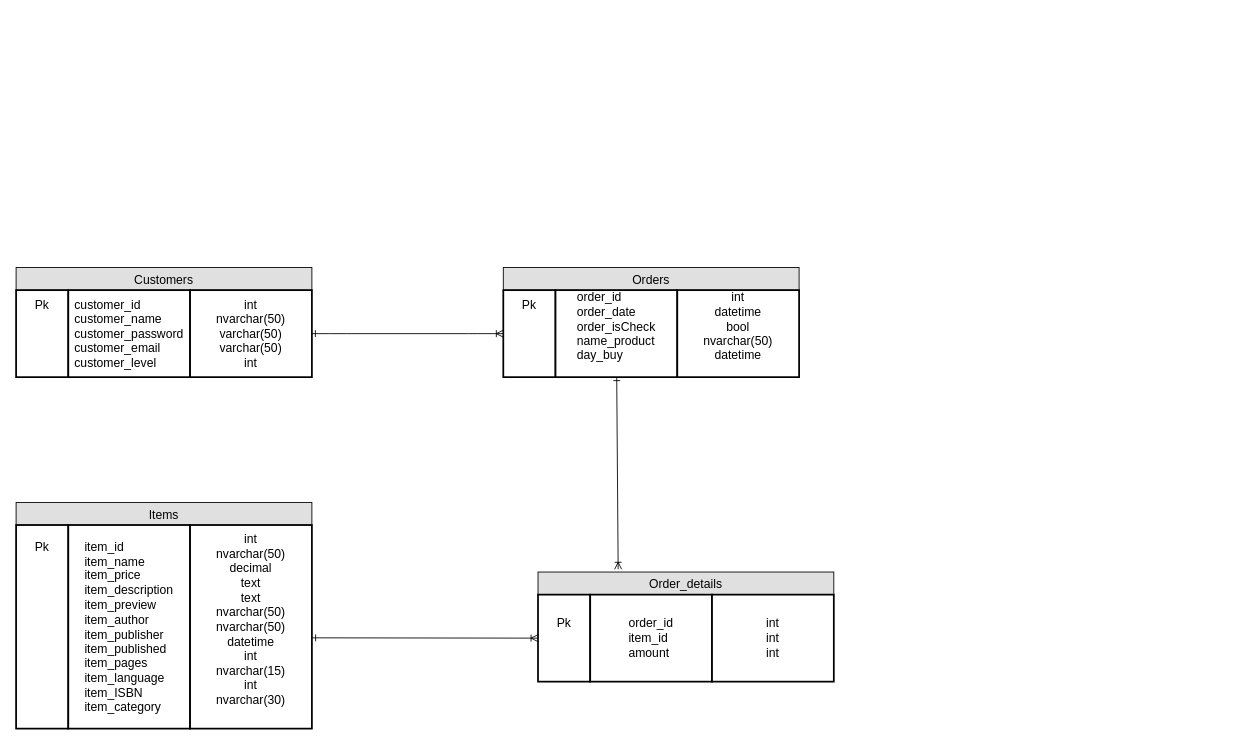
Above: Documents/table.drawio in tung120320/E-Book-Order-G02 (draw.io), before the change. Source tidied: cells renumbered, new cells numbered last; positions are measured from the earlier drawing's top-left corner, leaving out a move shared by most shapes. Both pictures are drawn from the tidied source at 87%, with x=0, y=0 at pixel (16, 267).
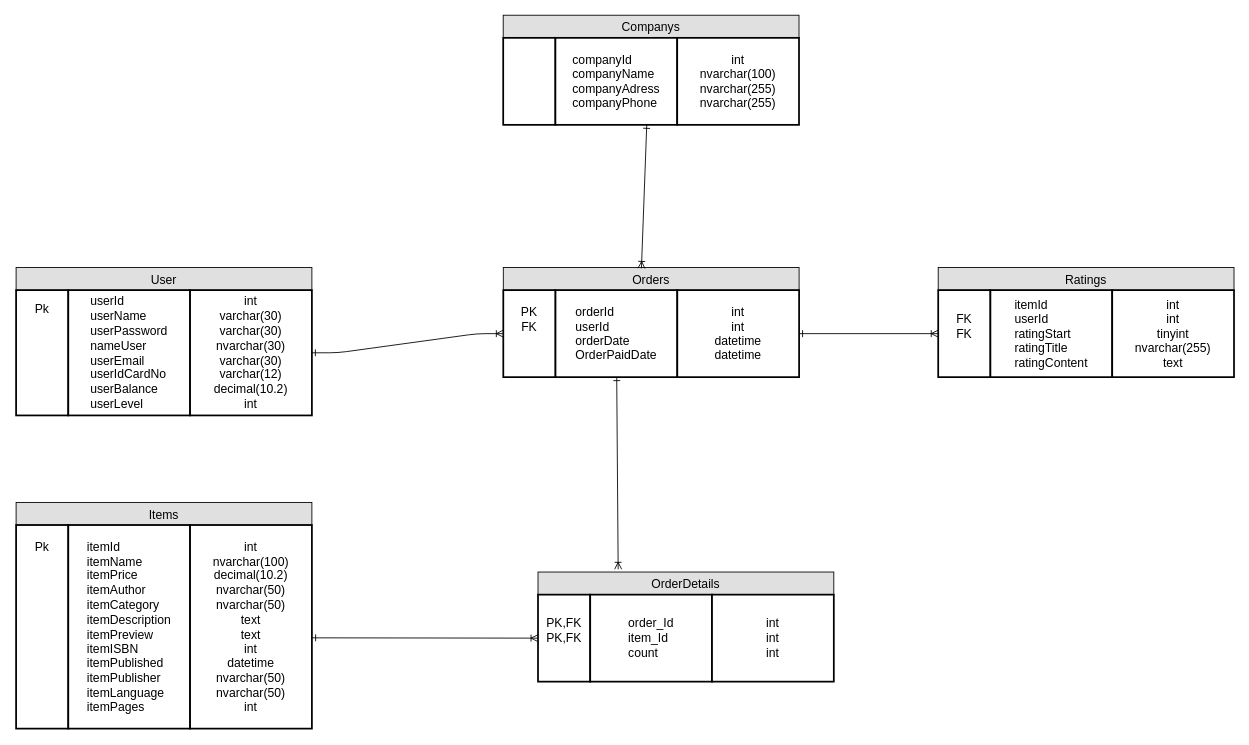
After the change.

Commit message (it also covers changes not shown here):
add table mysql

The change refers to these unchanged cells:
```xml
<mxCell id="6" value="Orders" style="text;align=center;verticalAlign=middle;spacingLeft=4;spacingRight=4;strokeColor=#000000;fillColor=#e0e0e0;points=[[0,0.5],[1,0.5]];portConstraint=eastwest;fontSize=14;" parent="1" vertex="1">
  <mxGeometry x="560" width="340" height="26" as="geometry" />
</mxCell>
```

Change to the diagram source:
```diff
@@
-    <mxCell id="2" value="Customers" style="text;align=center;verticalAlign=middle;spacingLeft=4;spacingRight=4;strokeColor=#000000;fillColor=#e0e0e0;fontSize=14;" parent="1" vertex="1">
+    <mxCell id="2" value="User" style="text;align=center;verticalAlign=middle;spacingLeft=4;spacingRight=4;strokeColor=#000000;fillColor=#e0e0e0;fontSize=14;" parent="1" vertex="1">
       <mxGeometry width="340" height="26" as="geometry" />
     </mxCell>
-    <mxCell id="3" value="Pk&lt;br&gt;&lt;br&gt;&lt;br&gt;&lt;br&gt;&lt;br&gt;" style="strokeWidth=2;whiteSpace=wrap;html=1;align=center;fontSize=14;" parent="1" vertex="1">
-      <mxGeometry y="26" width="60" height="100" as="geometry" />
+    <mxCell id="3" value="Pk&lt;br&gt;&lt;br&gt;&lt;br&gt;&lt;br&gt;&lt;br&gt;&lt;br&gt;&lt;br&gt;" style="strokeWidth=2;whiteSpace=wrap;html=1;align=center;fontSize=14;" parent="1" vertex="1">
+      <mxGeometry y="26" width="60" height="144" as="geometry" />
     </mxCell>
-    <mxCell id="4" value="&lt;div style=&quot;text-align: left&quot;&gt;&lt;span&gt;customer_id&lt;/span&gt;&lt;/div&gt;&lt;div style=&quot;text-align: left&quot;&gt;&lt;span&gt;customer_name&lt;/span&gt;&lt;/div&gt;&lt;div style=&quot;text-align: left&quot;&gt;&lt;span&gt;customer_password&lt;/span&gt;&lt;/div&gt;&lt;div style=&quot;text-align: left&quot;&gt;&lt;span&gt;customer_email&lt;/span&gt;&lt;/div&gt;&lt;div style=&quot;text-align: left&quot;&gt;&lt;span&gt;customer_level&lt;/span&gt;&lt;/div&gt;" style="strokeWidth=2;whiteSpace=wrap;html=1;align=center;fontSize=14;" parent="1" vertex="1">
-      <mxGeometry x="60" y="26" width="140" height="100" as="geometry" />
+    <mxCell id="4" value="&lt;div style=&quot;text-align: left&quot;&gt;&lt;span&gt;userId&lt;/span&gt;&lt;br&gt;&lt;/div&gt;&lt;div style=&quot;text-align: left&quot;&gt;&lt;span&gt;userName&lt;/span&gt;&lt;span&gt;&lt;br&gt;&lt;/span&gt;&lt;/div&gt;&lt;div style=&quot;text-align: left&quot;&gt;&lt;span&gt;userPassword&lt;/span&gt;&lt;span&gt;&lt;br&gt;&lt;/span&gt;&lt;/div&gt;&lt;div style=&quot;text-align: left&quot;&gt;&lt;span&gt;nameUser&lt;/span&gt;&lt;span&gt;&lt;br&gt;&lt;/span&gt;&lt;/div&gt;&lt;div style=&quot;text-align: left&quot;&gt;&lt;span&gt;userEmail&lt;/span&gt;&lt;span&gt;&lt;br&gt;&lt;/span&gt;&lt;/div&gt;&lt;div style=&quot;text-align: left&quot;&gt;&lt;span&gt;userIdCardNo&lt;/span&gt;&lt;span&gt;&lt;br&gt;&lt;/span&gt;&lt;/div&gt;&lt;div style=&quot;text-align: left&quot;&gt;&lt;span&gt;userBalance&lt;/span&gt;&lt;span&gt;&lt;br&gt;&lt;/span&gt;&lt;/div&gt;&lt;div style=&quot;text-align: left&quot;&gt;&lt;span&gt;userLevel&lt;/span&gt;&lt;span&gt;&lt;br&gt;&lt;/span&gt;&lt;/div&gt;" style="strokeWidth=2;whiteSpace=wrap;html=1;align=center;fontSize=14;" parent="1" vertex="1">
+      <mxGeometry x="60" y="26" width="140" height="144" as="geometry" />
     </mxCell>
-    <mxCell id="5" value="int&lt;br&gt;nvarchar(50)&lt;br&gt;varchar(50)&lt;br&gt;varchar(50)&lt;br&gt;int&lt;br&gt;" style="strokeWidth=2;whiteSpace=wrap;html=1;align=center;fontSize=14;" parent="1" vertex="1">
-      <mxGeometry x="200" y="26" width="140" height="100" as="geometry" />
+    <mxCell id="5" value="int&lt;br&gt;varchar(30)&lt;br&gt;varchar(30)&lt;br&gt;nvarchar(30)&lt;br&gt;varchar(30)&lt;br&gt;varchar(12)&lt;br&gt;decimal(10.2)&lt;br&gt;int&lt;br&gt;" style="strokeWidth=2;whiteSpace=wrap;html=1;align=center;fontSize=14;" parent="1" vertex="1">
+      <mxGeometry x="200" y="26" width="140" height="144" as="geometry" />
     </mxCell>
@@
-    <mxCell id="7" value="Pk&lt;br&gt;&lt;br&gt;&lt;br&gt;&lt;br&gt;&lt;br&gt;" style="strokeWidth=2;whiteSpace=wrap;html=1;align=center;fontSize=14;" parent="1" vertex="1">
+    <mxCell id="7" value="&lt;br&gt;&lt;br&gt;PK&lt;br&gt;FK&lt;br&gt;&lt;br&gt;&lt;br&gt;&lt;br&gt;&lt;br&gt;" style="strokeWidth=2;whiteSpace=wrap;html=1;align=center;fontSize=14;" parent="1" vertex="1">
       <mxGeometry x="560" y="26" width="60" height="100" as="geometry" />
     </mxCell>
-    <mxCell id="8" value="&lt;div style=&quot;text-align: left&quot;&gt;&lt;span&gt;order_id&lt;/span&gt;&lt;/div&gt;&lt;div style=&quot;text-align: left&quot;&gt;order_date&lt;/div&gt;&lt;div style=&quot;text-align: left&quot;&gt;order_isCheck&lt;/div&gt;&lt;div style=&quot;text-align: left&quot;&gt;name_product&lt;/div&gt;&lt;div style=&quot;text-align: left&quot;&gt;day_buy&lt;/div&gt;&lt;div style=&quot;text-align: left&quot;&gt;&lt;br&gt;&lt;/div&gt;" style="strokeWidth=2;whiteSpace=wrap;html=1;align=center;fontSize=14;" parent="1" vertex="1">
+    <mxCell id="8" value="&lt;div style=&quot;text-align: left&quot;&gt;&lt;span&gt;&lt;br&gt;&lt;/span&gt;&lt;/div&gt;&lt;div style=&quot;text-align: left&quot;&gt;&lt;span&gt;orderId&lt;/span&gt;&lt;br&gt;&lt;/div&gt;&lt;div style=&quot;text-align: left&quot;&gt;&lt;span&gt;userId&lt;/span&gt;&lt;span&gt;&lt;br&gt;&lt;/span&gt;&lt;/div&gt;&lt;div style=&quot;text-align: left&quot;&gt;&lt;span&gt;orderDate&lt;/span&gt;&lt;span&gt;&lt;br&gt;&lt;/span&gt;&lt;/div&gt;&lt;div style=&quot;text-align: left&quot;&gt;&lt;span&gt;OrderPaidDate&lt;/span&gt;&lt;span&gt;&lt;br&gt;&lt;/span&gt;&lt;/div&gt;&lt;div style=&quot;text-align: left&quot;&gt;&lt;span&gt;&lt;br&gt;&lt;/span&gt;&lt;/div&gt;" style="strokeWidth=2;whiteSpace=wrap;html=1;align=center;fontSize=14;" parent="1" vertex="1">
       <mxGeometry x="620" y="26" width="140" height="100" as="geometry" />
     </mxCell>
-    <mxCell id="9" value="int&lt;br&gt;datetime&lt;br&gt;bool&lt;br&gt;nvarchar(50)&lt;br&gt;datetime&lt;br&gt;&lt;br&gt;" style="strokeWidth=2;whiteSpace=wrap;html=1;align=center;fontSize=14;" parent="1" vertex="1">
+    <mxCell id="9" value="int&lt;br&gt;int&lt;br&gt;datetime&lt;br&gt;datetime&lt;br&gt;" style="strokeWidth=2;whiteSpace=wrap;html=1;align=center;fontSize=14;" parent="1" vertex="1">
       <mxGeometry x="760" y="26" width="140" height="100" as="geometry" />
     </mxCell>
-    <mxCell id="10" value="Order_details" style="text;align=center;verticalAlign=middle;spacingLeft=4;spacingRight=4;strokeColor=#000000;fillColor=#e0e0e0;points=[[0,0.5],[1,0.5]];portConstraint=eastwest;fontSize=14;" parent="1" vertex="1">
+    <mxCell id="10" value="OrderDetails" style="text;align=center;verticalAlign=middle;spacingLeft=4;spacingRight=4;strokeColor=#000000;fillColor=#e0e0e0;points=[[0,0.5],[1,0.5]];portConstraint=eastwest;fontSize=14;" parent="1" vertex="1">
       <mxGeometry x="599.9" y="350" width="340" height="26" as="geometry" />
     </mxCell>
-    <mxCell id="11" value="Pk&lt;br&gt;&lt;br&gt;&lt;br&gt;" style="strokeWidth=2;whiteSpace=wrap;html=1;align=center;fontSize=14;" parent="1" vertex="1">
+    <mxCell id="11" value="PK,FK&lt;br&gt;PK,FK&lt;br&gt;&lt;br&gt;" style="strokeWidth=2;whiteSpace=wrap;html=1;align=center;fontSize=14;" parent="1" vertex="1">
       <mxGeometry x="599.9" y="376" width="60" height="100" as="geometry" />
     </mxCell>
-    <mxCell id="12" value="&lt;div style=&quot;text-align: left&quot;&gt;&lt;div&gt;order_id&lt;/div&gt;&lt;div&gt;item_id&lt;/div&gt;&lt;div&gt;amount&lt;/div&gt;&lt;/div&gt;" style="strokeWidth=2;whiteSpace=wrap;html=1;align=center;fontSize=14;" parent="1" vertex="1">
+    <mxCell id="12" value="&lt;div style=&quot;text-align: left&quot;&gt;&lt;span&gt;order_Id&lt;/span&gt;&lt;br&gt;&lt;/div&gt;&lt;div style=&quot;text-align: left&quot;&gt;&lt;span&gt;item_Id&lt;/span&gt;&lt;span&gt;&lt;br&gt;&lt;/span&gt;&lt;/div&gt;&lt;div style=&quot;text-align: left&quot;&gt;&lt;span&gt;count&lt;/span&gt;&lt;span&gt;&lt;br&gt;&lt;/span&gt;&lt;/div&gt;" style="strokeWidth=2;whiteSpace=wrap;html=1;align=center;fontSize=14;" parent="1" vertex="1">
       <mxGeometry x="659.9" y="376" width="140" height="100" as="geometry" />
     </mxCell>
@@
-    <mxCell id="16" value="&lt;div style=&quot;text-align: left&quot;&gt;item_id&lt;/div&gt;&lt;div style=&quot;text-align: left&quot;&gt;item_name&lt;/div&gt;&lt;div style=&quot;text-align: left&quot;&gt;item_price&lt;/div&gt;&lt;div style=&quot;text-align: left&quot;&gt;item_description&lt;/div&gt;&lt;div style=&quot;text-align: left&quot;&gt;item_preview&lt;/div&gt;&lt;div style=&quot;text-align: left&quot;&gt;item_author&lt;/div&gt;&lt;div style=&quot;text-align: left&quot;&gt;item_publisher&lt;/div&gt;&lt;div style=&quot;text-align: left&quot;&gt;item_published&lt;/div&gt;&lt;div style=&quot;text-align: left&quot;&gt;item_pages&lt;/div&gt;&lt;div style=&quot;text-align: left&quot;&gt;item_language&lt;/div&gt;&lt;div style=&quot;text-align: left&quot;&gt;item_ISBN&lt;/div&gt;&lt;div style=&quot;text-align: left&quot;&gt;item_category&lt;/div&gt;" style="strokeWidth=2;whiteSpace=wrap;html=1;align=center;fontSize=14;" parent="1" vertex="1">
+    <mxCell id="16" value="&lt;div style=&quot;text-align: left&quot;&gt;&lt;span&gt;itemId&lt;/span&gt;&lt;br&gt;&lt;/div&gt;&lt;div style=&quot;text-align: left&quot;&gt;&lt;span&gt;itemName&lt;/span&gt;&lt;span&gt;&lt;br&gt;&lt;/span&gt;&lt;/div&gt;&lt;div style=&quot;text-align: left&quot;&gt;&lt;span&gt;itemPrice&lt;/span&gt;&lt;span&gt;&lt;br&gt;&lt;/span&gt;&lt;/div&gt;&lt;div style=&quot;text-align: left&quot;&gt;&lt;span&gt;itemAuthor&lt;/span&gt;&lt;span&gt;&lt;br&gt;&lt;/span&gt;&lt;/div&gt;&lt;div style=&quot;text-align: left&quot;&gt;&lt;span&gt;itemCategory&lt;/span&gt;&lt;span&gt;&lt;br&gt;&lt;/span&gt;&lt;/div&gt;&lt;div style=&quot;text-align: left&quot;&gt;&lt;span&gt;itemDescription&lt;/span&gt;&lt;span&gt;&lt;br&gt;&lt;/span&gt;&lt;/div&gt;&lt;div style=&quot;text-align: left&quot;&gt;&lt;span&gt;itemPreview&lt;/span&gt;&lt;span&gt;&lt;br&gt;&lt;/span&gt;&lt;/div&gt;&lt;div style=&quot;text-align: left&quot;&gt;&lt;span&gt;itemISBN&lt;/span&gt;&lt;span&gt;&lt;br&gt;&lt;/span&gt;&lt;/div&gt;&lt;div style=&quot;text-align: left&quot;&gt;&lt;span&gt;itemPublished&lt;/span&gt;&lt;span&gt;&lt;br&gt;&lt;/span&gt;&lt;/div&gt;&lt;div style=&quot;text-align: left&quot;&gt;&lt;span&gt;itemPublisher&lt;/span&gt;&lt;span&gt;&lt;br&gt;&lt;/span&gt;&lt;/div&gt;&lt;div style=&quot;text-align: left&quot;&gt;&lt;span&gt;itemLanguage&lt;/span&gt;&lt;span&gt;&lt;br&gt;&lt;/span&gt;&lt;/div&gt;&lt;div style=&quot;text-align: left&quot;&gt;&lt;span&gt;itemPages&lt;/span&gt;&lt;span&gt;&lt;br&gt;&lt;/span&gt;&lt;/div&gt;" style="strokeWidth=2;whiteSpace=wrap;html=1;align=center;fontSize=14;" parent="1" vertex="1">
       <mxGeometry x="60" y="296" width="140" height="234" as="geometry" />
     </mxCell>
-    <mxCell id="17" value="int&lt;br&gt;nvarchar(50)&lt;br&gt;decimal&lt;br&gt;text&lt;br&gt;text&lt;br&gt;nvarchar(50)&lt;br&gt;nvarchar(50)&lt;br&gt;datetime&lt;br&gt;int&lt;br&gt;nvarchar(15)&lt;br&gt;int&lt;br&gt;nvarchar(30)&lt;br&gt;&lt;br&gt;" style="strokeWidth=2;whiteSpace=wrap;html=1;align=center;fontSize=14;" parent="1" vertex="1">
+    <mxCell id="17" value="&lt;br&gt;int&lt;br&gt;nvarchar(100)&lt;br&gt;decimal(10.2)&lt;br&gt;nvarchar(50)&lt;br&gt;nvarchar(50)&lt;br&gt;text&lt;br&gt;text&lt;br&gt;int&lt;br&gt;datetime&lt;br&gt;nvarchar(50)&lt;br&gt;nvarchar(50)&lt;br&gt;int&lt;br&gt;&lt;br&gt;" style="strokeWidth=2;whiteSpace=wrap;html=1;align=center;fontSize=14;" parent="1" vertex="1">
       <mxGeometry x="200" y="296" width="140" height="234" as="geometry" />
     </mxCell>
@@
+    <mxCell id="21" value="Ratings" style="text;align=center;verticalAlign=middle;spacingLeft=4;spacingRight=4;strokeColor=#000000;fillColor=#e0e0e0;fontSize=14;" parent="1" vertex="1">
+      <mxGeometry x="1059.9" width="340" height="26" as="geometry" />
+    </mxCell>
+    <mxCell id="22" value="FK&lt;br&gt;FK&lt;br&gt;&lt;br&gt;" style="strokeWidth=2;whiteSpace=wrap;html=1;align=center;fontSize=14;" parent="1" vertex="1">
+      <mxGeometry x="1059.9" y="26" width="60" height="100" as="geometry" />
+    </mxCell>
+    <mxCell id="23" value="&lt;div style=&quot;text-align: left&quot;&gt;&lt;span&gt;itemId&lt;/span&gt;&lt;br&gt;&lt;/div&gt;&lt;div style=&quot;text-align: left&quot;&gt;&lt;span&gt;userId&lt;/span&gt;&lt;span&gt;&lt;br&gt;&lt;/span&gt;&lt;/div&gt;&lt;div style=&quot;text-align: left&quot;&gt;&lt;span&gt;ratingStart&lt;/span&gt;&lt;span&gt;&lt;br&gt;&lt;/span&gt;&lt;/div&gt;&lt;div style=&quot;text-align: left&quot;&gt;&lt;span&gt;ratingTitle&lt;/span&gt;&lt;span&gt;&lt;br&gt;&lt;/span&gt;&lt;/div&gt;&lt;div style=&quot;text-align: left&quot;&gt;&lt;span&gt;ratingContent&lt;/span&gt;&lt;span&gt;&lt;br&gt;&lt;/span&gt;&lt;/div&gt;" style="strokeWidth=2;whiteSpace=wrap;html=1;align=center;fontSize=14;" parent="1" vertex="1">
+      <mxGeometry x="1119.9" y="26" width="140" height="100" as="geometry" />
+    </mxCell>
+    <mxCell id="24" value="int&lt;br&gt;int&lt;br&gt;tinyint&lt;br&gt;nvarchar(255)&lt;br&gt;text&lt;br&gt;" style="strokeWidth=2;whiteSpace=wrap;html=1;align=center;fontSize=14;" parent="1" vertex="1">
+      <mxGeometry x="1259.9" y="26" width="140" height="100" as="geometry" />
+    </mxCell>
+    <mxCell id="25" style="fontSize=12;html=1;endArrow=ERoneToMany;startArrow=ERone;startFill=0;entryX=0;entryY=0.5;entryDx=0;entryDy=0;exitX=1;exitY=0.5;exitDx=0;exitDy=0;" parent="1" edge="1" source="9" target="22">
+      <mxGeometry relative="1" as="geometry" />
+    </mxCell>
+    <mxCell id="26" value="Companys" style="text;align=center;verticalAlign=middle;spacingLeft=4;spacingRight=4;strokeColor=#000000;fillColor=#e0e0e0;fontSize=14;" parent="1" vertex="1">
+      <mxGeometry x="559.9" y="-290" width="340" height="26" as="geometry" />
+    </mxCell>
+    <mxCell id="27" style="strokeWidth=2;whiteSpace=wrap;html=1;align=center;fontSize=14;" parent="1" vertex="1">
+      <mxGeometry x="559.9" y="-264" width="60" height="100" as="geometry" />
+    </mxCell>
+    <mxCell id="28" value="&lt;div style=&quot;text-align: left&quot;&gt;&lt;span&gt;companyId&lt;/span&gt;&lt;br&gt;&lt;/div&gt;&lt;div style=&quot;text-align: left&quot;&gt;&lt;span&gt;companyName&lt;/span&gt;&lt;span&gt;&lt;br&gt;&lt;/span&gt;&lt;/div&gt;&lt;div style=&quot;text-align: left&quot;&gt;&lt;span&gt;companyAdress&lt;/span&gt;&lt;span&gt;&lt;br&gt;&lt;/span&gt;&lt;/div&gt;&lt;div style=&quot;text-align: left&quot;&gt;&lt;span&gt;companyPhone&lt;/span&gt;&lt;span&gt;&lt;br&gt;&lt;/span&gt;&lt;/div&gt;" style="strokeWidth=2;whiteSpace=wrap;html=1;align=center;fontSize=14;" parent="1" vertex="1">
+      <mxGeometry x="619.9" y="-264" width="140" height="100" as="geometry" />
+    </mxCell>
+    <mxCell id="29" value="int&lt;br&gt;nvarchar(100)&lt;br&gt;nvarchar(255)&lt;br&gt;nvarchar(255)&lt;br&gt;" style="strokeWidth=2;whiteSpace=wrap;html=1;align=center;fontSize=14;" parent="1" vertex="1">
+      <mxGeometry x="759.9" y="-264" width="140" height="100" as="geometry" />
+    </mxCell>
+    <mxCell id="30" style="fontSize=12;html=1;endArrow=ERoneToMany;startArrow=ERone;startFill=0;entryX=0.467;entryY=0.038;entryDx=0;entryDy=0;exitX=0.75;exitY=1;exitDx=0;exitDy=0;entryPerimeter=0;" parent="1" edge="1" source="28" target="6">
+      <mxGeometry relative="1" as="geometry" />
+    </mxCell>
```
